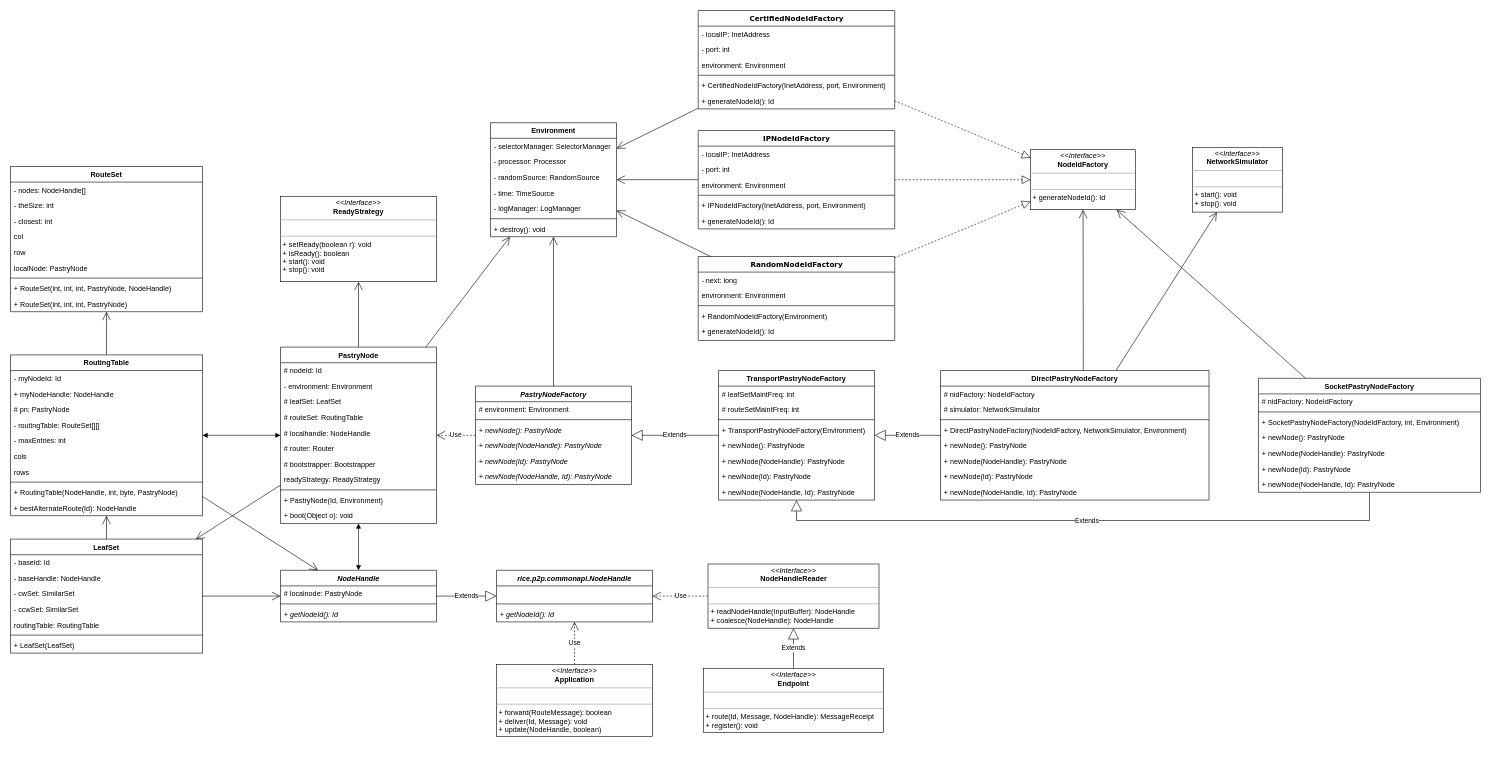
This is Untitled Diagram.drawio from OneOverThree/PastryTest, a draw.io file, before an edit. Source tidied: cells renumbered, new cells numbered last; positions are measured from the earlier drawing's top-left corner, leaving out a move shared by most shapes. Both pictures are drawn from the tidied source at 60%, with x=0, y=0 at pixel (10, 10).
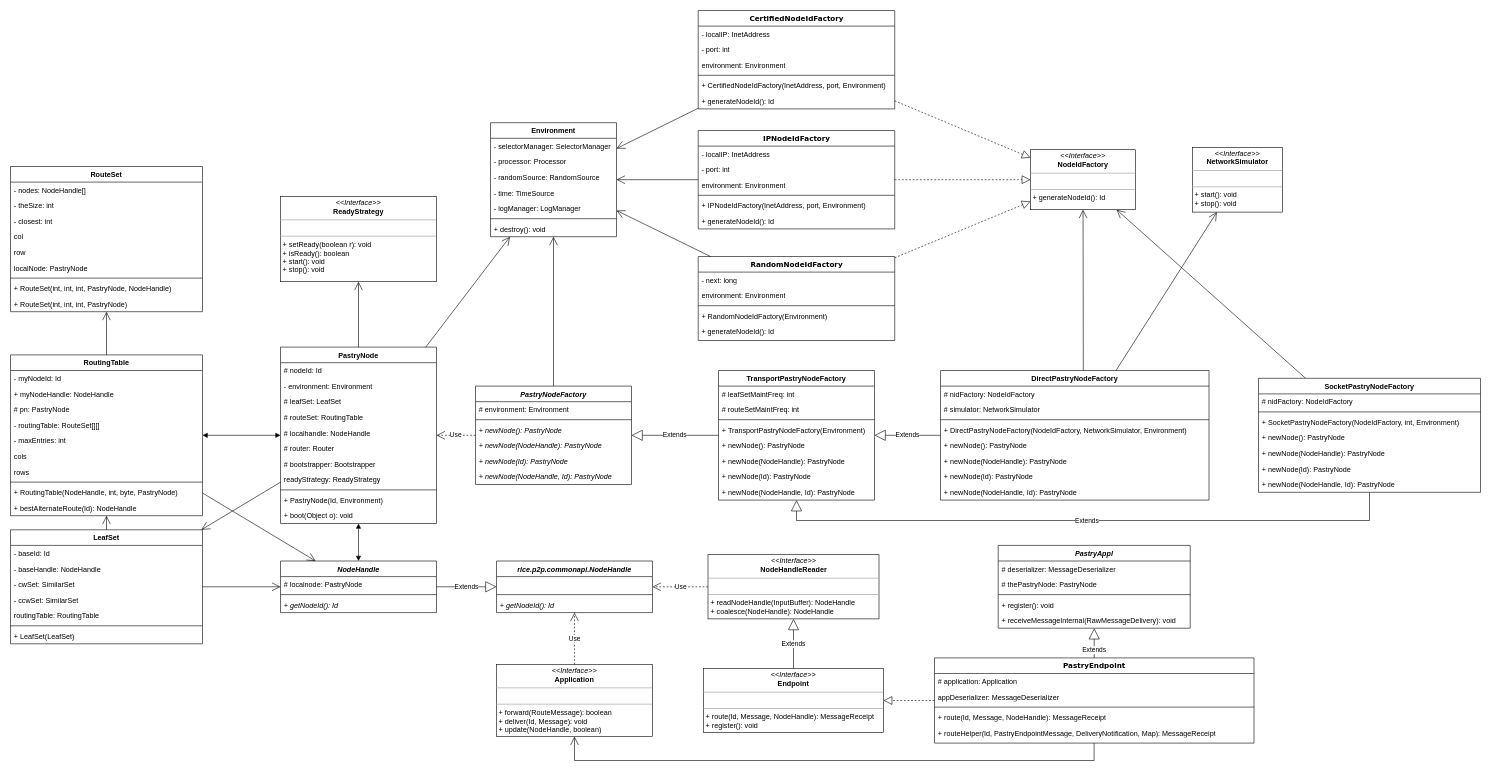
The same page after the edit.

Unchanged cells that the change refers to:
```xml
<mxCell id="76" value="&lt;p style=&quot;margin:0px;margin-top:4px;text-align:center;&quot;&gt;&lt;i&gt;&amp;lt;&amp;lt;Interface&amp;gt;&amp;gt;&lt;/i&gt;&lt;br&gt;&lt;b&gt;Endpoint&lt;/b&gt;&lt;br&gt;&lt;/p&gt;&lt;hr size=&quot;1&quot;&gt;&lt;p style=&quot;margin:0px;margin-left:4px;&quot;&gt;&lt;br&gt;&lt;/p&gt;&lt;hr size=&quot;1&quot;&gt;&lt;p style=&quot;margin:0px;margin-left:4px;&quot;&gt;+ route(Id, Message, NodeHandle): MessageReceipt&lt;br&gt;&lt;/p&gt;&lt;p style=&quot;margin:0px;margin-left:4px;&quot;&gt;+&amp;nbsp;register()&lt;span style=&quot;background-color: initial;&quot;&gt;: void&lt;/span&gt;&lt;/p&gt;" style="verticalAlign=top;align=left;overflow=fill;fontSize=12;fontFamily=Helvetica;html=1;rounded=0;shadow=0;comic=0;labelBackgroundColor=none;strokeWidth=1;" parent="1" vertex="1">
  <mxGeometry x="1155" y="1096.5" width="300" height="107" as="geometry" />
</mxCell>
<mxCell id="78" value="&lt;p style=&quot;margin:0px;margin-top:4px;text-align:center;&quot;&gt;&lt;i&gt;&amp;lt;&amp;lt;Interface&amp;gt;&amp;gt;&lt;/i&gt;&lt;br&gt;&lt;b&gt;Application&lt;/b&gt;&lt;br&gt;&lt;/p&gt;&lt;hr size=&quot;1&quot;&gt;&lt;p style=&quot;margin:0px;margin-left:4px;&quot;&gt;&lt;br&gt;&lt;/p&gt;&lt;hr size=&quot;1&quot;&gt;&lt;p style=&quot;margin:0px;margin-left:4px;&quot;&gt;+ forward(RouteMessage): boolean&lt;br&gt;&lt;/p&gt;&lt;p style=&quot;margin:0px;margin-left:4px;&quot;&gt;+ deliver(Id, Message)&lt;span style=&quot;background-color: initial;&quot;&gt;: void&lt;/span&gt;&lt;/p&gt;&lt;p style=&quot;margin:0px;margin-left:4px;&quot;&gt;&lt;span style=&quot;background-color: initial;&quot;&gt;+ update(NodeHandle, boolean)&lt;/span&gt;&lt;/p&gt;" style="verticalAlign=top;align=left;overflow=fill;fontSize=12;fontFamily=Helvetica;html=1;rounded=0;shadow=0;comic=0;labelBackgroundColor=none;strokeWidth=1;" parent="1" vertex="1">
  <mxGeometry x="810" y="1090" width="260" height="120" as="geometry" />
</mxCell>
```

The edit, as a diff of the source:
```diff
@@
     <mxCell id="65" value="NodeHandle" style="swimlane;fontStyle=3;align=center;verticalAlign=top;horizontal=1;startSize=26;" parent="1" vertex="1">
-      <mxGeometry x="450" y="933" width="260" height="86" as="geometry" />
+      <mxGeometry x="450" y="917.5" width="260" height="86" as="geometry" />
     </mxCell>
@@
     <mxCell id="69" value="&lt;p style=&quot;margin:0px;margin-top:4px;text-align:center;&quot;&gt;&lt;i&gt;&amp;lt;&amp;lt;Interface&amp;gt;&amp;gt;&lt;/i&gt;&lt;br&gt;&lt;b&gt;NodeHandleReader&lt;/b&gt;&lt;br&gt;&lt;/p&gt;&lt;hr size=&quot;1&quot;&gt;&lt;p style=&quot;margin:0px;margin-left:4px;&quot;&gt;&lt;br&gt;&lt;/p&gt;&lt;hr size=&quot;1&quot;&gt;&lt;p style=&quot;margin:0px;margin-left:4px;&quot;&gt;+ readNodeHandle(InputBuffer): NodeHandle&lt;br&gt;&lt;/p&gt;&lt;p style=&quot;margin:0px;margin-left:4px;&quot;&gt;+ coalesce(NodeHandle): NodeHandle&lt;/p&gt;" style="verticalAlign=top;align=left;overflow=fill;fontSize=12;fontFamily=Helvetica;html=1;rounded=0;shadow=0;comic=0;labelBackgroundColor=none;strokeWidth=1;" parent="1" vertex="1">
-      <mxGeometry x="1162.5" y="922.5" width="285" height="107" as="geometry" />
+      <mxGeometry x="1162.5" y="907" width="285" height="107" as="geometry" />
     </mxCell>
@@
     <mxCell id="71" value="rice.p2p.commonapi.NodeHandle" style="swimlane;fontStyle=3;align=center;verticalAlign=top;horizontal=1;startSize=26;" parent="1" vertex="1">
-      <mxGeometry x="810" y="933" width="260" height="86" as="geometry" />
+      <mxGeometry x="810" y="917.5" width="260" height="86" as="geometry" />
     </mxCell>
@@
     <mxCell id="93" value="LeafSet" style="swimlane;fontStyle=1;align=center;verticalAlign=top;horizontal=1;startSize=26;" parent="1" vertex="1">
-      <mxGeometry y="881" width="320" height="190" as="geometry" />
+      <mxGeometry y="865.5" width="320" height="190" as="geometry" />
     </mxCell>
@@
+    <mxCell id="145" value="PastryEndpoint" style="swimlane;html=1;fontStyle=1;align=center;verticalAlign=top;horizontal=1;startSize=26;swimlaneFillColor=#ffffff;rounded=0;shadow=0;comic=0;labelBackgroundColor=none;strokeWidth=1;fillColor=none;fontFamily=Verdana;fontSize=12;" parent="1" vertex="1">
+      <mxGeometry x="1540" y="1079" width="532.5" height="142" as="geometry" />
+    </mxCell>
+    <mxCell id="146" value="# application: Application" style="text;html=1;strokeColor=none;fillColor=none;align=left;verticalAlign=top;spacingLeft=4;spacingRight=4;whiteSpace=wrap;overflow=hidden;" parent="145" vertex="1">
+      <mxGeometry y="26" width="532.5" height="26" as="geometry" />
+    </mxCell>
+    <mxCell id="147" value="appDeserializer: MessageDeserializer" style="text;html=1;strokeColor=none;fillColor=none;align=left;verticalAlign=top;spacingLeft=4;spacingRight=4;whiteSpace=wrap;overflow=hidden;" parent="145" vertex="1">
+      <mxGeometry y="52" width="532.5" height="26" as="geometry" />
+    </mxCell>
+    <mxCell id="148" style="line;html=1;strokeWidth=1;fillColor=none;align=left;verticalAlign=middle;spacingTop=-1;spacingLeft=3;spacingRight=3;labelPosition=right;" parent="145" vertex="1">
+      <mxGeometry y="78" width="532.5" height="8" as="geometry" />
+    </mxCell>
+    <mxCell id="149" value="+ route(Id, Message, NodeHandle): MessageReceipt" style="text;html=1;strokeColor=none;fillColor=none;align=left;verticalAlign=top;spacingLeft=4;spacingRight=4;whiteSpace=wrap;overflow=hidden;" parent="145" vertex="1">
+      <mxGeometry y="86" width="532.5" height="26" as="geometry" />
+    </mxCell>
+    <mxCell id="150" value="+ routeHelper(Id, PastryEndpointMessage, DeliveryNotification, Map): MessageReceipt" style="text;html=1;strokeColor=none;fillColor=none;align=left;verticalAlign=top;spacingLeft=4;spacingRight=4;whiteSpace=wrap;overflow=hidden;" parent="145" vertex="1">
+      <mxGeometry y="112" width="532.5" height="26" as="geometry" />
+    </mxCell>
+    <mxCell id="151" style="endArrow=block;dashed=1;endFill=0;endSize=12;html=1;rounded=0;" parent="1" edge="1" source="145" target="76">
+      <mxGeometry relative="1" as="geometry" />
+    </mxCell>
+    <mxCell id="152" style="endArrow=open;endFill=1;endSize=12;html=1;rounded=0;" parent="1" edge="1" source="145" target="78">
+      <mxGeometry relative="1" as="geometry">
+        <Array as="points">
+          <mxPoint x="1806" y="1250" />
+          <mxPoint x="940" y="1250" />
+        </Array>
+      </mxGeometry>
+    </mxCell>
+    <mxCell id="153" value="PastryAppl" style="swimlane;fontStyle=3;align=center;verticalAlign=top;horizontal=1;startSize=26;" parent="1" vertex="1">
+      <mxGeometry x="1646.2" y="891.5" width="320" height="138" as="geometry" />
+    </mxCell>
+    <mxCell id="154" value="# deserializer: MessageDeserializer" style="text;strokeColor=none;fillColor=none;align=left;verticalAlign=top;spacingLeft=4;spacingRight=4;overflow=hidden;" parent="153" vertex="1">
+      <mxGeometry y="26" width="320" height="26" as="geometry" />
+    </mxCell>
+    <mxCell id="155" value="# thePastryNode: PastryNode" style="text;strokeColor=none;fillColor=none;align=left;verticalAlign=top;spacingLeft=4;spacingRight=4;overflow=hidden;" parent="153" vertex="1">
+      <mxGeometry y="52" width="320" height="26" as="geometry" />
+    </mxCell>
+    <mxCell id="156" style="line;strokeWidth=1;fillColor=none;align=left;verticalAlign=middle;spacingTop=-1;spacingLeft=3;spacingRight=3;labelPosition=right;strokeColor=inherit;" parent="153" vertex="1">
+      <mxGeometry y="78" width="320" height="8" as="geometry" />
+    </mxCell>
+    <mxCell id="157" value="+ register(): void" style="text;strokeColor=none;fillColor=none;align=left;verticalAlign=top;spacingLeft=4;spacingRight=4;overflow=hidden;fontStyle=0;" parent="153" vertex="1">
+      <mxGeometry y="86" width="320" height="26" as="geometry" />
+    </mxCell>
+    <mxCell id="158" value="+ receiveMessageInternal(RawMessageDelivery): void" style="text;strokeColor=none;fillColor=none;align=left;verticalAlign=top;spacingLeft=4;spacingRight=4;overflow=hidden;fontStyle=0;" parent="153" vertex="1">
+      <mxGeometry y="112" width="320" height="26" as="geometry" />
+    </mxCell>
+    <mxCell id="159" value="Extends" style="endArrow=block;endSize=16;endFill=0;html=1;rounded=0;" parent="1" edge="1" source="145" target="153">
+      <mxGeometry x="-0.46" relative="1" as="geometry" />
+    </mxCell>
```
